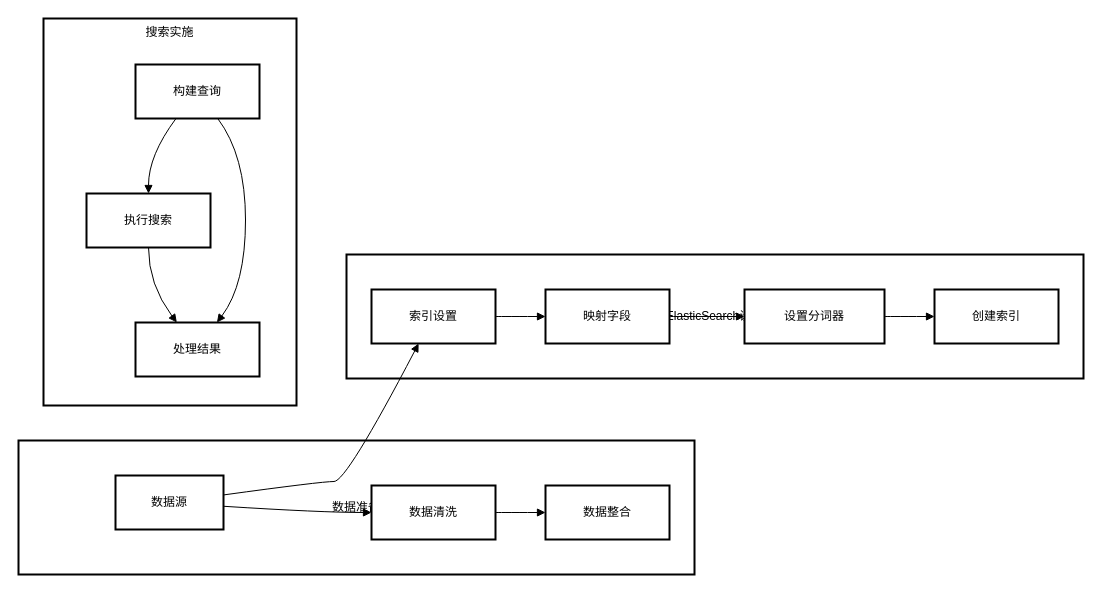
This is diagrams/leapmotor/搜索服务流程图.drawio from xike007/picture-bed, a draw.io file, before an edit. Source tidied: cells renumbered, new cells numbered last; positions are measured from the earlier drawing's top-left corner, leaving out a move shared by most shapes. Both pictures are drawn from the tidied source at 100%, with x=0, y=0 at pixel (18, 18).
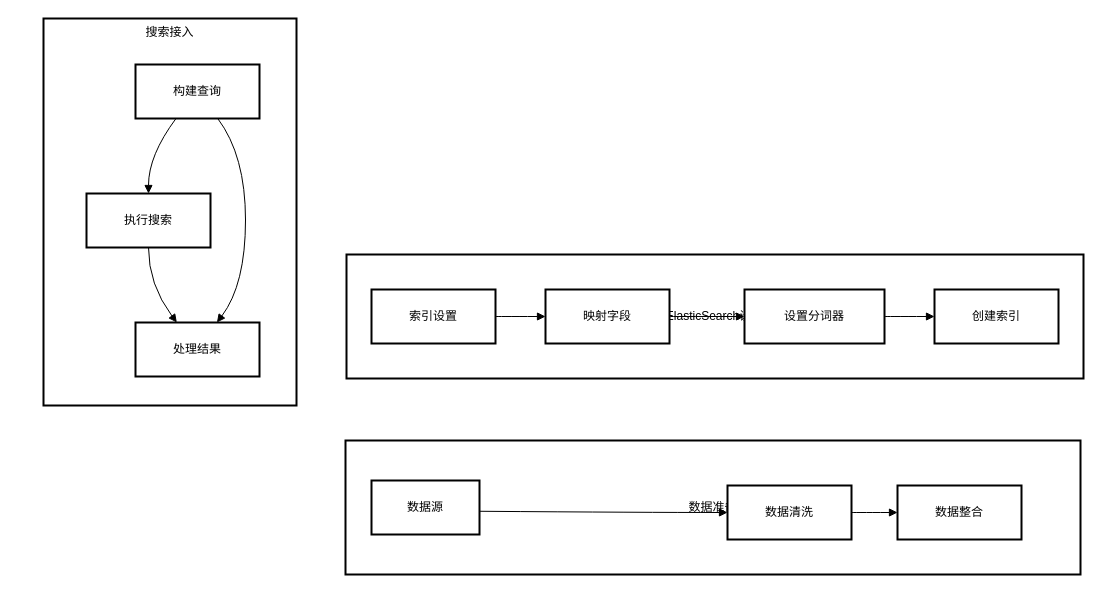
The same page after the edit.

Commit message (it also covers changes not shown here):
更新搜索服务流程图.drawio

Unchanged cells that the change refers to:
```xml
<mxCell id="14" value="索引设置" style="whiteSpace=wrap;strokeWidth=2;" parent="1" vertex="1">
  <mxGeometry x="353" y="271" width="124" height="54" as="geometry" />
</mxCell>
```

What changed in the source:
```diff
@@
-    <mxCell id="2" value="搜索实施" style="whiteSpace=wrap;strokeWidth=2;verticalAlign=top;" parent="1" vertex="1">
+    <mxCell id="2" value="搜索接入" style="whiteSpace=wrap;strokeWidth=2;verticalAlign=top;" parent="1" vertex="1">
       <mxGeometry x="25" width="253" height="387" as="geometry" />
     </mxCell>
@@
     <mxCell id="10" value="数据准备" style="whiteSpace=wrap;strokeWidth=2;" parent="1" vertex="1">
-      <mxGeometry y="422" width="676" height="134" as="geometry" />
+      <mxGeometry x="327" y="422" width="735" height="134" as="geometry" />
     </mxCell>
     <mxCell id="11" value="数据源" style="whiteSpace=wrap;strokeWidth=2;" parent="1" vertex="1">
-      <mxGeometry x="97" y="457" width="108" height="54" as="geometry" />
+      <mxGeometry x="353" y="462" width="108" height="54" as="geometry" />
     </mxCell>
     <mxCell id="12" value="数据清洗" style="whiteSpace=wrap;strokeWidth=2;" parent="1" vertex="1">
-      <mxGeometry x="353" y="467" width="124" height="54" as="geometry" />
+      <mxGeometry x="709" y="467" width="124" height="54" as="geometry" />
     </mxCell>
     <mxCell id="13" value="数据整合" style="whiteSpace=wrap;strokeWidth=2;" parent="1" vertex="1">
-      <mxGeometry x="527" y="467" width="124" height="54" as="geometry" />
+      <mxGeometry x="879" y="467" width="124" height="54" as="geometry" />
     </mxCell>
@@
     <mxCell id="18" style="curved=1;startArrow=none;endArrow=block;exitX=1;exitY=0.57;entryX=0;entryY=0.5;" parent="1" edge="1" source="11" target="12">
       <mxGeometry relative="1" as="geometry">
         <Array as="points">
-          <mxPoint x="303" y="494" />
+          <mxPoint x="630" y="494" />
         </Array>
       </mxGeometry>
     </mxCell>
@@
-    <mxCell id="23" style="curved=1;startArrow=none;endArrow=block;exitX=1;exitY=0.36;entryX=0.38;entryY=1;" parent="1" edge="1" source="11" target="14">
-      <mxGeometry relative="1" as="geometry">
-        <Array as="points">
-          <mxPoint x="303" y="463" />
-          <mxPoint x="328" y="463" />
-        </Array>
-      </mxGeometry>
-    </mxCell>
```
